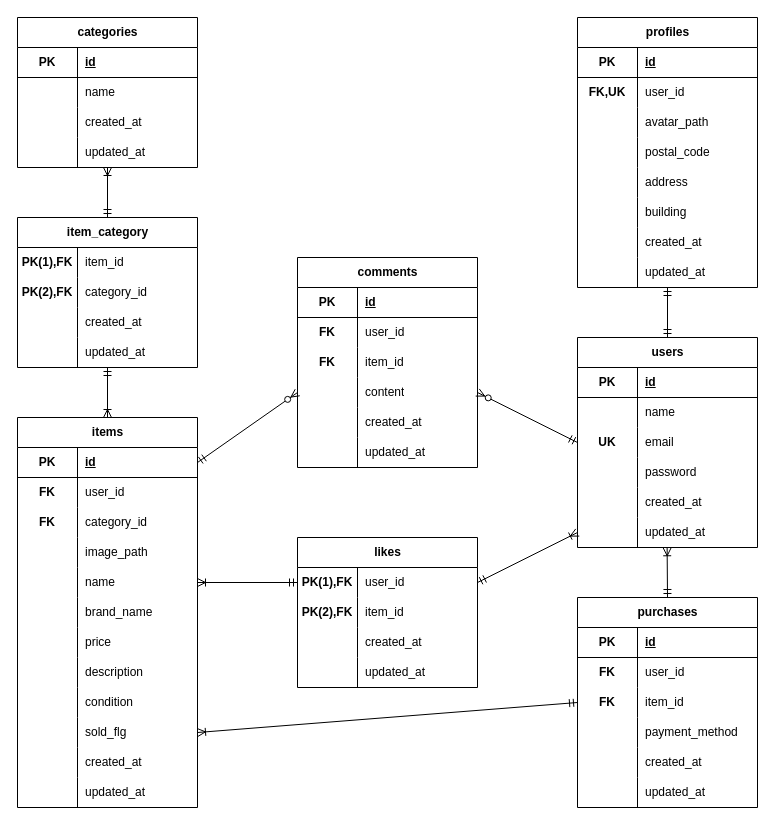
Before: index.drawio in shiro03shiro/flea-sim, a draw.io diagram. Source tidied: cells renumbered, new cells numbered last; positions are measured from the earlier drawing's top-left corner, leaving out a move shared by most shapes. Both pictures are drawn from the tidied source at 100%, with x=0, y=0 at pixel (17, 17).
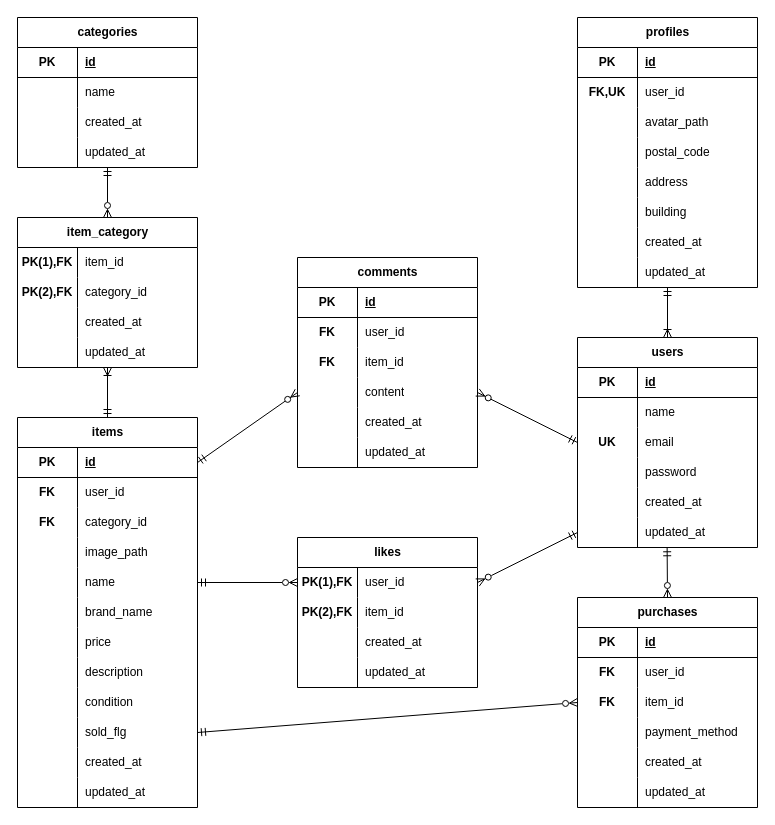
After the change.

Commit message (it also covers changes not shown here):
model,controller,ER

Unchanged cells that the change refers to:
```xml
<mxCell id="3" value="items" style="shape=table;startSize=30;childLayout=tableLayout;rowLines=0;fontStyle=1;align=center;html=1;" parent="1" vertex="1">
  <mxGeometry y="400" width="180" height="390" as="geometry" />
</mxCell>
<mxCell id="16" style="shape=tableRow;horizontal=0;startSize=0;swimlaneHead=0;swimlaneBody=0;fillColor=none;points=[[0,0.5],[1,0.5]];portConstraint=eastwest;top=0;left=0;right=0;bottom=0;" parent="3" vertex="1">
  <mxGeometry y="150" width="180" height="30" as="geometry" />
</mxCell>
<mxCell id="31" style="shape=tableRow;horizontal=0;startSize=0;swimlaneHead=0;swimlaneBody=0;fillColor=none;points=[[0,0.5],[1,0.5]];portConstraint=eastwest;top=0;left=0;right=0;bottom=0;" parent="3" vertex="1">
  <mxGeometry y="300" width="180" height="30" as="geometry" />
</mxCell>
<mxCell id="50" style="shape=tableRow;horizontal=0;startSize=0;swimlaneHead=0;swimlaneBody=0;fillColor=none;points=[[0,0.5],[1,0.5]];portConstraint=eastwest;top=0;left=0;right=0;bottom=0;" parent="40" vertex="1">
  <mxGeometry y="120" width="180" height="30" as="geometry" />
</mxCell>
<mxCell id="53" value="users" style="shape=table;startSize=30;childLayout=tableLayout;rowLines=0;fontStyle=1;align=center;html=1;" parent="1" vertex="1">
  <mxGeometry x="560" y="320" width="180" height="210" as="geometry" />
</mxCell>
<mxCell id="69" style="shape=tableRow;horizontal=0;startSize=0;swimlaneHead=0;swimlaneBody=0;fillColor=none;points=[[0,0.5],[1,0.5]];portConstraint=eastwest;top=0;left=0;right=0;bottom=0;" parent="53" vertex="1">
  <mxGeometry y="180" width="180" height="30" as="geometry" />
</mxCell>
<mxCell id="94" style="shape=tableRow;horizontal=0;startSize=0;swimlaneHead=0;swimlaneBody=0;fillColor=none;points=[[0,0.5],[1,0.5]];portConstraint=eastwest;top=0;left=0;right=0;bottom=0;" parent="72" vertex="1">
  <mxGeometry y="240" width="180" height="30" as="geometry" />
</mxCell>
<mxCell id="116" value="purchases" style="shape=table;startSize=30;childLayout=tableLayout;rowLines=0;fontStyle=1;align=center;html=1;" parent="1" vertex="1">
  <mxGeometry x="560" y="580" width="180" height="210" as="geometry" />
</mxCell>
<mxCell id="123" style="shape=tableRow;horizontal=0;startSize=0;swimlaneHead=0;swimlaneBody=0;fillColor=none;points=[[0,0.5],[1,0.5]];portConstraint=eastwest;top=0;left=0;right=0;bottom=0;" parent="116" vertex="1">
  <mxGeometry y="90" width="180" height="30" as="geometry" />
</mxCell>
<mxCell id="136" style="shape=tableRow;horizontal=0;startSize=0;swimlaneHead=0;swimlaneBody=0;fillColor=none;points=[[0,0.5],[1,0.5]];portConstraint=eastwest;top=0;left=0;right=0;bottom=0;" parent="135" vertex="1">
  <mxGeometry y="30" width="180" height="30" as="geometry" />
</mxCell>
<mxCell id="148" value="item_category" style="shape=table;startSize=30;childLayout=tableLayout;rowLines=0;fontStyle=1;align=center;html=1;" parent="1" vertex="1">
  <mxGeometry y="200" width="180" height="150" as="geometry" />
</mxCell>
```

Change to the diagram source:
```diff
@@
-    <mxCell id="161" style="fontSize=12;html=1;endArrow=ERmandOne;startArrow=ERmandOne;entryX=0.5;entryY=0;entryDx=0;entryDy=0;" parent="1" edge="1" source="94" target="53">
+    <mxCell id="161" style="fontSize=12;html=1;endArrow=ERoneToMany;startArrow=ERmandOne;entryX=0.5;entryY=0;entryDx=0;entryDy=0;endFill=0;" parent="1" edge="1" source="94" target="53">
       <mxGeometry relative="1" as="geometry" />
     </mxCell>
@@
-    <mxCell id="163" style="fontSize=12;html=1;endArrow=ERoneToMany;startArrow=ERmandOne;exitX=0.5;exitY=0;exitDx=0;exitDy=0;" parent="1" edge="1" source="148" target="50">
+    <mxCell id="163" style="fontSize=12;html=1;endArrow=ERmandOne;startArrow=ERzeroToMany;exitX=0.5;exitY=0;exitDx=0;exitDy=0;startFill=0;endFill=0;" parent="1" edge="1" source="148" target="50">
       <mxGeometry relative="1" as="geometry" />
     </mxCell>
-    <mxCell id="164" style="fontSize=12;html=1;endArrow=ERoneToMany;startArrow=ERmandOne;" parent="1" edge="1" source="148" target="3">
+    <mxCell id="164" style="fontSize=12;html=1;endArrow=ERmandOne;startArrow=ERoneToMany;endFill=0;startFill=0;" parent="1" edge="1" source="148" target="3">
       <mxGeometry relative="1" as="geometry" />
     </mxCell>
-    <mxCell id="165" style="fontSize=12;html=1;endArrow=ERoneToMany;startArrow=ERmandOne;exitX=0;exitY=0.5;exitDx=0;exitDy=0;entryX=1;entryY=0.5;entryDx=0;entryDy=0;" parent="1" edge="1" source="123" target="31">
+    <mxCell id="165" style="fontSize=12;html=1;endArrow=ERmandOne;startArrow=ERzeroToMany;exitX=0;exitY=0.5;exitDx=0;exitDy=0;entryX=1;entryY=0.5;entryDx=0;entryDy=0;endFill=0;startFill=0;" parent="1" edge="1" source="123" target="31">
       <mxGeometry relative="1" as="geometry" />
     </mxCell>
-    <mxCell id="166" style="fontSize=12;html=1;endArrow=ERoneToMany;startArrow=ERmandOne;exitX=0.5;exitY=0;exitDx=0;exitDy=0;entryX=0.498;entryY=1.009;entryDx=0;entryDy=0;entryPerimeter=0;" parent="1" edge="1" source="116" target="69">
+    <mxCell id="166" style="fontSize=12;html=1;endArrow=ERmandOne;startArrow=ERzeroToMany;exitX=0.5;exitY=0;exitDx=0;exitDy=0;entryX=0.498;entryY=1.009;entryDx=0;entryDy=0;entryPerimeter=0;startFill=0;endFill=0;" parent="1" edge="1" source="116" target="69">
       <mxGeometry relative="1" as="geometry" />
     </mxCell>
-    <mxCell id="167" style="fontSize=12;html=1;endArrow=ERoneToMany;startArrow=ERmandOne;entryX=1;entryY=0.5;entryDx=0;entryDy=0;exitX=0;exitY=0.5;exitDx=0;exitDy=0;" parent="1" edge="1" source="136" target="16">
+    <mxCell id="167" style="fontSize=12;html=1;endArrow=ERmandOne;startArrow=ERzeroToMany;entryX=1;entryY=0.5;entryDx=0;entryDy=0;exitX=0;exitY=0.5;exitDx=0;exitDy=0;startFill=0;endFill=0;" parent="1" edge="1" source="136" target="16">
       <mxGeometry relative="1" as="geometry" />
     </mxCell>
-    <mxCell id="168" style="fontSize=12;html=1;endArrow=ERoneToMany;startArrow=ERmandOne;exitX=1;exitY=0.5;exitDx=0;exitDy=0;entryX=0;entryY=0.5;entryDx=0;entryDy=0;" parent="1" edge="1" source="136" target="69">
+    <mxCell id="168" style="fontSize=12;html=1;endArrow=ERmandOne;startArrow=ERzeroToMany;exitX=1;exitY=0.5;exitDx=0;exitDy=0;entryX=0;entryY=0.5;entryDx=0;entryDy=0;endFill=0;startFill=0;" parent="1" edge="1" source="136" target="69">
       <mxGeometry relative="1" as="geometry" />
     </mxCell>
```
